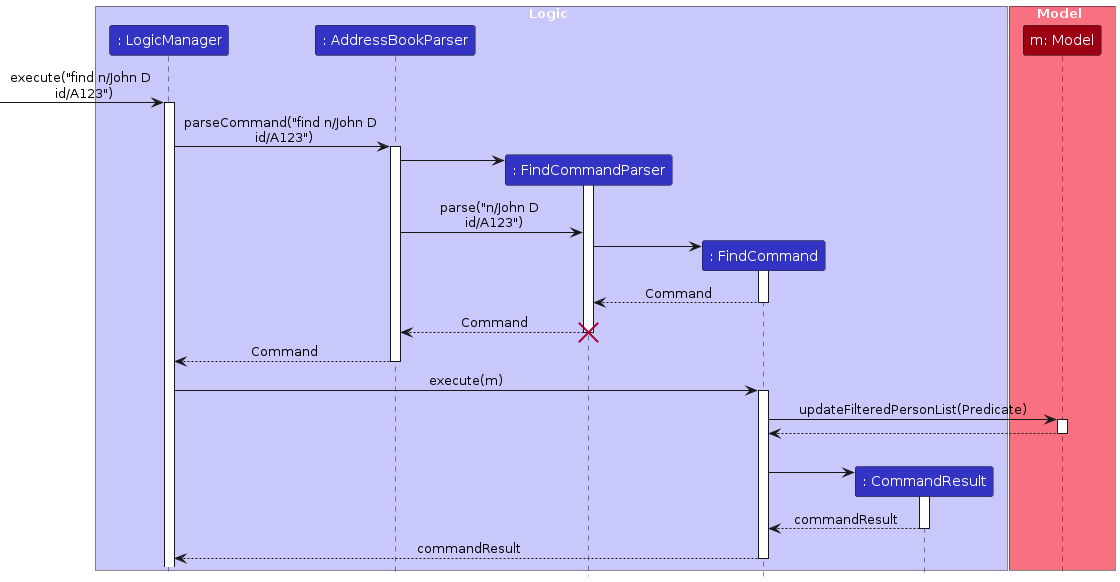
Earlier version of the PlantUML export diagrams/find/FindSequenceDiagram.png (AY2324S2-CS2103T-T16-1/tp). Its source is kept beside it as diagrams/find/FindSequenceDiagram.puml. The source it was exported from:
```plantuml
@startuml
!include ../style.puml
skinparam ArrowFontStyle plain

box Logic LOGIC_COLOR_T1
participant ": LogicManager" as logicManager LOGIC_COLOR
participant ": AddressBookParser" as addressBookParser LOGIC_COLOR
participant ": FindCommandParser" as findCommandParser LOGIC_COLOR
participant ": FindCommand" as findCommand LOGIC_COLOR
participant ": CommandResult" as commandResult LOGIC_COLOR
end box

box Model MODEL_COLOR_T1
participant "m: Model" as model MODEL_COLOR
end box

[-> logicManager : execute("find n/John D \n id/A123")
activate logicManager

logicManager -> addressBookParser : parseCommand("find n/John D \n id/A123")
activate addressBookParser

create findCommandParser
addressBookParser -> findCommandParser
activate findCommandParser

addressBookParser -> findCommandParser : parse("n/John D \n id/A123")

create findCommand
findCommandParser -> findCommand
activate findCommand
returnCommand

return Command
destroy findCommandParser

return Command

logicManager -> findCommand : execute(m)
activate findCommand
findCommand -> model : updateFilteredPersonList(Predicate)
activate model
return

|||

create commandResult
findCommand -> commandResult
activate commandResult
return commandResult

return commandResult

@enduml
```
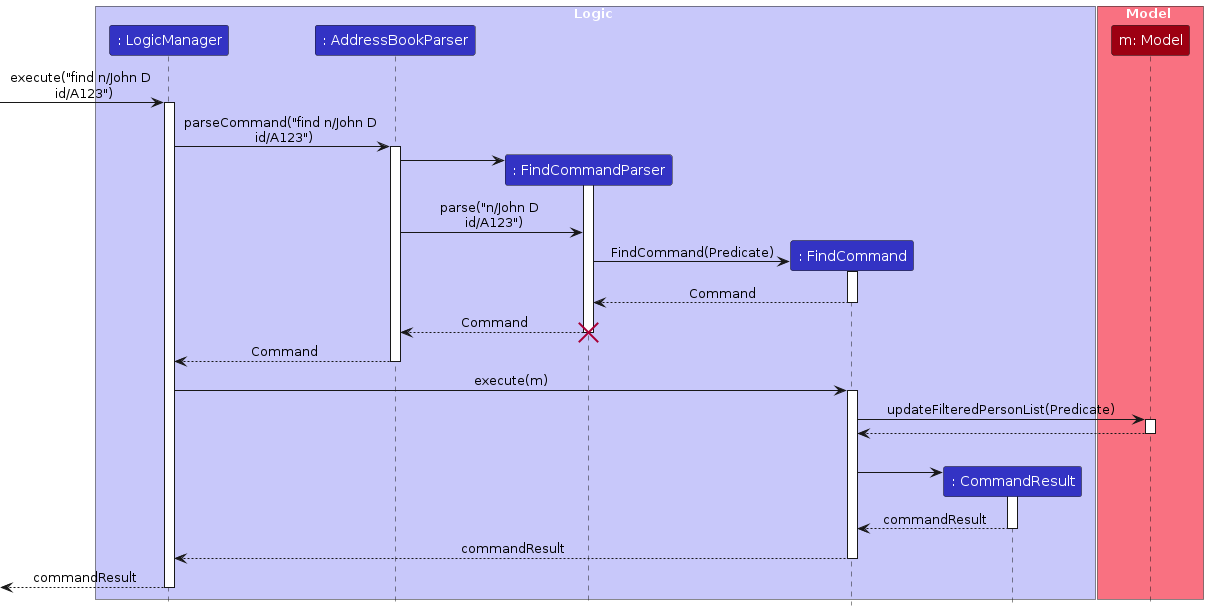
After the commit.

Diff of the diagram source:
```diff
@@ -27,7 +27,7 @@
 addressBookParser -> findCommandParser : parse("n/John D \n id/A123")
 
 create findCommand
-findCommandParser -> findCommand
+findCommandParser -> findCommand : FindCommand(Predicate)
 activate findCommand
 returnCommand
 
@@ -51,4 +51,5 @@
 
 return commandResult
 
+return commandResult
 @enduml
```
